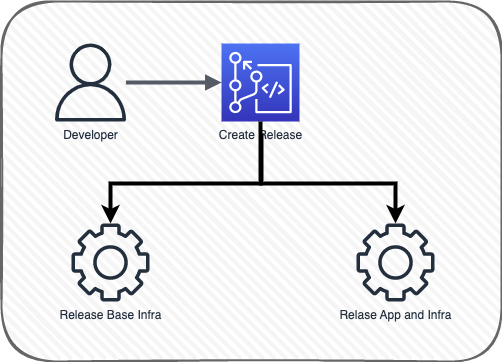
The draw.io diagram create_release_flow.png in amioranza/toptal-test, before a commit. Source tidied: cells renumbered, new cells last; positions are measured from the earlier drawing's top-left corner, leaving out a move shared by most shapes. The source it was exported from:
```xml
<mxGraphModel>
  <root>
    <mxCell id="0" />
    <mxCell id="1" parent="0" />
    <mxCell id="2" style="rounded=1;whiteSpace=wrap;html=1;strokeWidth=2;fillWeight=4;hachureGap=8;hachureAngle=45;fillColor=#f5f5f5;sketch=1;strokeColor=#666666;fontColor=#333333;" parent="1" vertex="1">
      <mxGeometry width="500" height="360" as="geometry" />
    </mxCell>
    <mxCell id="3" value="Developer" style="sketch=0;outlineConnect=0;fontColor=#232F3E;gradientColor=none;fillColor=#232F3D;strokeColor=none;dashed=0;verticalLabelPosition=bottom;verticalAlign=top;align=center;html=1;fontSize=12;fontStyle=0;shape=mxgraph.aws4.user;" parent="1" vertex="1">
      <mxGeometry x="50" y="42" width="78" height="78" as="geometry" />
    </mxCell>
    <mxCell id="4" value="Create Release" style="sketch=0;points=[[0,0,0],[0.25,0,0],[0.5,0,0],[0.75,0,0],[1,0,0],[0,1,0],[0.25,1,0],[0.5,1,0],[0.75,1,0],[1,1,0],[0,0.25,0],[0,0.5,0],[0,0.75,0],[1,0.25,0],[1,0.5,0],[1,0.75,0]];outlineConnect=0;fontColor=#232F3E;gradientColor=#4D72F3;gradientDirection=north;fillColor=#3334B9;strokeColor=#ffffff;dashed=0;verticalLabelPosition=bottom;verticalAlign=top;align=center;html=1;fontSize=12;fontStyle=0;shape=mxgraph.aws4.resourceIcon;resIcon=mxgraph.aws4.codecommit;" parent="1" vertex="1">
      <mxGeometry x="220" y="42" width="78" height="78" as="geometry" />
    </mxCell>
    <mxCell id="5" style="edgeStyle=orthogonalEdgeStyle;html=1;endArrow=block;elbow=vertical;startArrow=none;endFill=1;strokeColor=#545B64;rounded=0;strokeWidth=4;" parent="1" edge="1" source="3" target="4">
      <mxGeometry relative="1" as="geometry" />
    </mxCell>
    <mxCell id="6" value="Release Base Infra" style="sketch=0;outlineConnect=0;fontColor=#232F3E;gradientColor=none;fillColor=#232F3D;strokeColor=none;dashed=0;verticalLabelPosition=bottom;verticalAlign=top;align=center;html=1;fontSize=12;fontStyle=0;shape=mxgraph.aws4.gear;" parent="1" vertex="1">
      <mxGeometry x="70" y="222" width="78" height="78" as="geometry" />
    </mxCell>
    <mxCell id="7" style="edgeStyle=elbowEdgeStyle;elbow=vertical;endArrow=classic;html=1;rounded=0;exitX=0.5;exitY=1;exitDx=0;exitDy=0;exitPerimeter=0;strokeWidth=4;" parent="1" edge="1" source="4" target="6">
      <mxGeometry relative="1" as="geometry">
        <Array as="points">
          <mxPoint x="180" y="182" />
        </Array>
      </mxGeometry>
    </mxCell>
    <mxCell id="8" value="Relase App and Infra" style="sketch=0;outlineConnect=0;fontColor=#232F3E;gradientColor=none;fillColor=#232F3D;strokeColor=none;dashed=0;verticalLabelPosition=bottom;verticalAlign=top;align=center;html=1;fontSize=12;fontStyle=0;shape=mxgraph.aws4.gear;" parent="1" vertex="1">
      <mxGeometry x="355" y="222" width="78" height="78" as="geometry" />
    </mxCell>
    <mxCell id="9" style="edgeStyle=elbowEdgeStyle;elbow=vertical;endArrow=classic;html=1;rounded=0;strokeWidth=4;" parent="1" edge="1" target="8">
      <mxGeometry relative="1" as="geometry">
        <mxPoint x="260" y="132" as="sourcePoint" />
        <Array as="points">
          <mxPoint x="310" y="182" />
        </Array>
      </mxGeometry>
    </mxCell>
  </root>
</mxGraphModel>
```
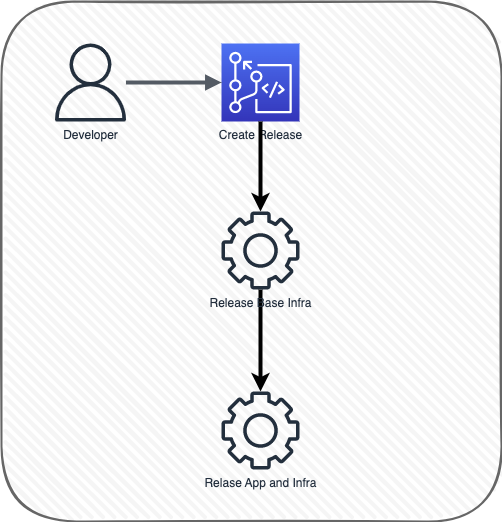
The same file after the commit.

The edit, as a diff of the source:
```diff
@@ -3,7 +3,7 @@
     <mxCell id="0" />
     <mxCell id="1" parent="0" />
     <mxCell id="2" style="rounded=1;whiteSpace=wrap;html=1;strokeWidth=2;fillWeight=4;hachureGap=8;hachureAngle=45;fillColor=#f5f5f5;sketch=1;strokeColor=#666666;fontColor=#333333;" parent="1" vertex="1">
-      <mxGeometry width="500" height="360" as="geometry" />
+      <mxGeometry width="500" height="520" as="geometry" />
     </mxCell>
     <mxCell id="3" value="Developer" style="sketch=0;outlineConnect=0;fontColor=#232F3E;gradientColor=none;fillColor=#232F3D;strokeColor=none;dashed=0;verticalLabelPosition=bottom;verticalAlign=top;align=center;html=1;fontSize=12;fontStyle=0;shape=mxgraph.aws4.user;" parent="1" vertex="1">
       <mxGeometry x="50" y="42" width="78" height="78" as="geometry" />
@@ -14,26 +14,22 @@
     <mxCell id="5" style="edgeStyle=orthogonalEdgeStyle;html=1;endArrow=block;elbow=vertical;startArrow=none;endFill=1;strokeColor=#545B64;rounded=0;strokeWidth=4;" parent="1" edge="1" source="3" target="4">
       <mxGeometry relative="1" as="geometry" />
     </mxCell>
-    <mxCell id="6" value="Release Base Infra" style="sketch=0;outlineConnect=0;fontColor=#232F3E;gradientColor=none;fillColor=#232F3D;strokeColor=none;dashed=0;verticalLabelPosition=bottom;verticalAlign=top;align=center;html=1;fontSize=12;fontStyle=0;shape=mxgraph.aws4.gear;" parent="1" vertex="1">
-      <mxGeometry x="70" y="222" width="78" height="78" as="geometry" />
+    <mxCell id="6" style="edgeStyle=orthogonalEdgeStyle;rounded=0;jettySize=auto;html=1;strokeWidth=4;" parent="1" edge="1" source="7" target="9">
+      <mxGeometry relative="1" as="geometry" />
     </mxCell>
-    <mxCell id="7" style="edgeStyle=elbowEdgeStyle;elbow=vertical;endArrow=classic;html=1;rounded=0;exitX=0.5;exitY=1;exitDx=0;exitDy=0;exitPerimeter=0;strokeWidth=4;" parent="1" edge="1" source="4" target="6">
-      <mxGeometry relative="1" as="geometry">
-        <Array as="points">
-          <mxPoint x="180" y="182" />
-        </Array>
-      </mxGeometry>
+    <mxCell id="7" value="Release Base Infra" style="sketch=0;outlineConnect=0;fontColor=#232F3E;gradientColor=none;fillColor=#232F3D;strokeColor=none;dashed=0;verticalLabelPosition=bottom;verticalAlign=top;align=center;html=1;fontSize=12;fontStyle=0;shape=mxgraph.aws4.gear;" parent="1" vertex="1">
+      <mxGeometry x="220" y="210" width="78" height="78" as="geometry" />
     </mxCell>
-    <mxCell id="8" value="Relase App and Infra" style="sketch=0;outlineConnect=0;fontColor=#232F3E;gradientColor=none;fillColor=#232F3D;strokeColor=none;dashed=0;verticalLabelPosition=bottom;verticalAlign=top;align=center;html=1;fontSize=12;fontStyle=0;shape=mxgraph.aws4.gear;" parent="1" vertex="1">
-      <mxGeometry x="355" y="222" width="78" height="78" as="geometry" />
+    <mxCell id="8" style="edgeStyle=elbowEdgeStyle;elbow=vertical;endArrow=classic;html=1;rounded=0;strokeWidth=4;" parent="1" edge="1" target="7">
+      <mxGeometry relative="1" as="geometry">
+        <mxPoint x="259" y="120" as="sourcePoint" />
+        <Array as="points">
+          <mxPoint x="180" y="182" />
+        </Array>
+      </mxGeometry>
     </mxCell>
-    <mxCell id="9" style="edgeStyle=elbowEdgeStyle;elbow=vertical;endArrow=classic;html=1;rounded=0;strokeWidth=4;" parent="1" edge="1" target="8">
-      <mxGeometry relative="1" as="geometry">
-        <mxPoint x="260" y="132" as="sourcePoint" />
-        <Array as="points">
-          <mxPoint x="310" y="182" />
-        </Array>
-      </mxGeometry>
+    <mxCell id="9" value="Relase App and Infra" style="sketch=0;outlineConnect=0;fontColor=#232F3E;gradientColor=none;fillColor=#232F3D;strokeColor=none;dashed=0;verticalLabelPosition=bottom;verticalAlign=top;align=center;html=1;fontSize=12;fontStyle=0;shape=mxgraph.aws4.gear;" parent="1" vertex="1">
+      <mxGeometry x="220" y="390" width="78" height="78" as="geometry" />
     </mxCell>
   </root>
 </mxGraphModel>
```
